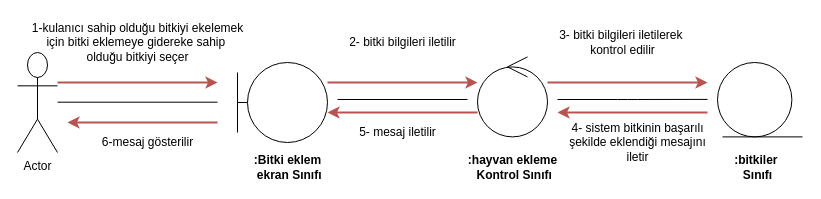
The draw.io diagram proje3/Untitled Diagram.drawio in SuleymanKabayel/Odev2, before the edit. Source tidied: cells renumbered, new cells numbered last; positions are measured from the earlier drawing's top-left corner, leaving out a move shared by most shapes. Both pictures are drawn from the tidied source at 100%, with x=0, y=0 at pixel (17, 17).
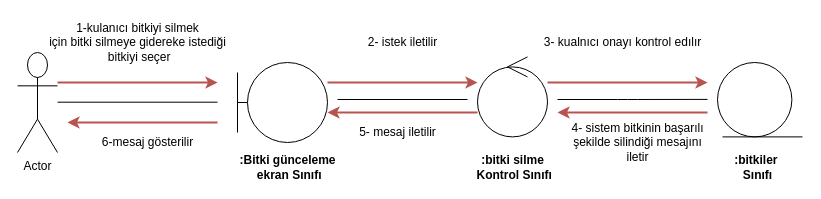
After the change.

Diff of the diagram source:
```diff
@@
-    <mxCell id="20" value=":Bitki eklem&lt;br&gt;&amp;nbsp;ekran Sınıfı" style="text;html=1;align=center;verticalAlign=middle;fillColor=none;strokeColor=none;rounded=0;fontStyle=1;" parent="1" vertex="1">
-      <mxGeometry x="230" y="135" width="80" height="30" as="geometry" />
+    <mxCell id="20" value=":Bitki günceleme&lt;br&gt;&amp;nbsp;ekran Sınıfı" style="text;html=1;align=center;verticalAlign=middle;fillColor=none;strokeColor=none;rounded=0;fontStyle=1;" parent="1" vertex="1">
+      <mxGeometry x="215" y="135" width="110" height="30" as="geometry" />
     </mxCell>
-    <mxCell id="21" value=":hayvan ekleme&lt;br&gt;&amp;nbsp;Kontrol Sınıfı" style="text;html=1;align=center;verticalAlign=middle;fillColor=none;strokeColor=none;rounded=0;fontStyle=1;" parent="1" vertex="1">
-      <mxGeometry x="445" y="135" width="100" height="30" as="geometry" />
+    <mxCell id="21" value=":bitki silme&lt;br&gt;&amp;nbsp;Kontrol Sınıfı" style="text;html=1;align=center;verticalAlign=middle;fillColor=none;strokeColor=none;rounded=0;fontStyle=1;" parent="1" vertex="1">
+      <mxGeometry x="450" y="135" width="90" height="30" as="geometry" />
     </mxCell>
@@
-    <mxCell id="23" value="1-kulanıcı sahip olduğu bitkiyi ekelemek&lt;br&gt;için bitki eklemeye gidereke sahip&amp;nbsp;&lt;br&gt;olduğu bitkiyi seçer" style="text;html=1;align=center;verticalAlign=middle;fillColor=none;strokeColor=none;rounded=0;" parent="1" vertex="1">
-      <mxGeometry x="5" width="230" height="50" as="geometry" />
+    <mxCell id="23" value="1-kulanıcı bitkiyi silmek&lt;br&gt;için bitki silmeye gidereke istediği&lt;br&gt;&amp;nbsp;bitkiyi seçer" style="text;html=1;align=center;verticalAlign=middle;fillColor=none;strokeColor=none;rounded=0;" parent="1" vertex="1">
+      <mxGeometry x="25" width="190" height="50" as="geometry" />
     </mxCell>
-    <mxCell id="24" value="2- bitki bilgileri iletilir" style="text;html=1;align=center;verticalAlign=middle;fillColor=none;strokeColor=none;rounded=0;" parent="1" vertex="1">
-      <mxGeometry x="325" y="15" width="120" height="20" as="geometry" />
+    <mxCell id="24" value="2- istek iletilir" style="text;html=1;align=center;verticalAlign=middle;fillColor=none;strokeColor=none;rounded=0;" parent="1" vertex="1">
+      <mxGeometry x="345" y="15" width="80" height="20" as="geometry" />
     </mxCell>
-    <mxCell id="25" value="3- bitki bilgileri iletilerek&amp;nbsp;&lt;br&gt;kontrol edilir" style="text;html=1;align=center;verticalAlign=middle;fillColor=none;strokeColor=none;rounded=0;" parent="1" vertex="1">
-      <mxGeometry x="535" y="10" width="140" height="30" as="geometry" />
+    <mxCell id="25" value="3- kualnıcı onayı kontrol edılır" style="text;html=1;align=center;verticalAlign=middle;fillColor=none;strokeColor=none;rounded=0;" parent="1" vertex="1">
+      <mxGeometry x="520" y="15" width="170" height="20" as="geometry" />
     </mxCell>
-    <mxCell id="26" value="4- sistem bitkinin başarılı&lt;br&gt;şekilde eklendiği mesajını&lt;br&gt;iletir" style="text;html=1;align=center;verticalAlign=middle;fillColor=none;strokeColor=none;rounded=0;" parent="1" vertex="1">
+    <mxCell id="26" value="4- sistem bitkinin başarılı&lt;br&gt;şekilde silindiği mesajını&lt;br&gt;iletir" style="text;html=1;align=center;verticalAlign=middle;fillColor=none;strokeColor=none;rounded=0;" parent="1" vertex="1">
       <mxGeometry x="545" y="100" width="150" height="50" as="geometry" />
     </mxCell>
```
